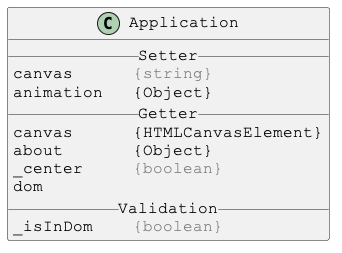
Above: docs/PlantUml/images/Application.png in Justin-Byrne/canvasLab (PlantUML), before the change.
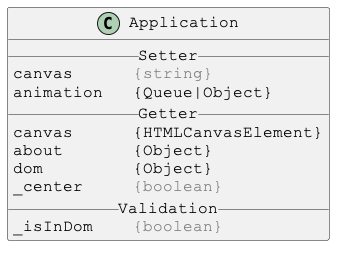
After the commit.

The edit, as a diff of the source:
```diff
@@ -6,12 +6,12 @@
 class Application {
 __ Setter __
 canvas      <color:gray>{string}</color>
-animation   {Object}
+animation   {Queue|Object}
 __ Getter __
 canvas      {HTMLCanvasElement}
 about       {Object}
+dom         {Object}
 _center     <color:gray>{boolean}</color>
-dom
 __ Validation __
 _isInDom    <color:gray>{boolean}</color>
 }
```
